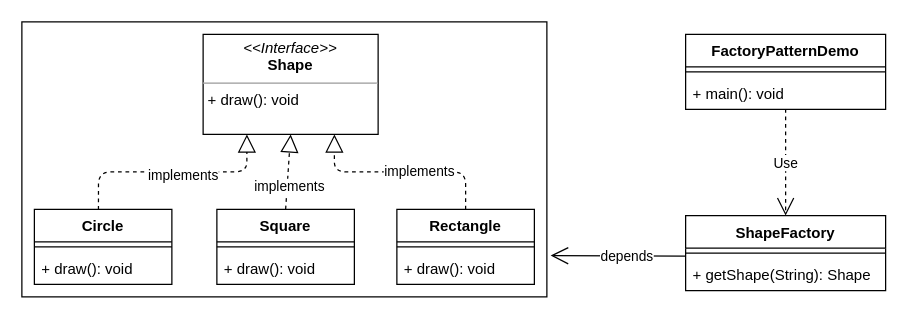
Earlier version of the draw.io diagram 类图/创建型模式/工厂模式.drawio (motein/DesignPattern). Source tidied: cells renumbered, new cells numbered last; positions are measured from the earlier drawing's top-left corner, leaving out a move shared by most shapes. Both pictures are drawn from the tidied source at 125%, with x=0, y=0 at pixel (21, 21).
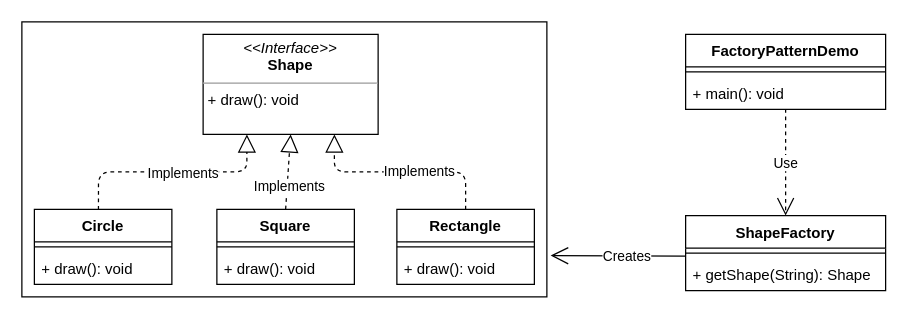
Above is the later version.

The change refers to these unchanged cells:
```xml
<mxCell id="4" style="endArrow=block;dashed=1;endFill=0;endSize=12;html=1;entryX=0.25;entryY=1;entryDx=0;entryDy=0;exitX=0.466;exitY=0.005;exitDx=0;exitDy=0;edgeStyle=orthogonalEdgeStyle;exitPerimeter=0;" parent="1" edge="1" source="10" target="3">
  <mxGeometry relative="1" as="geometry" />
</mxCell>
<mxCell id="6" style="endArrow=block;dashed=1;endFill=0;endSize=12;html=1;entryX=0.5;entryY=1;entryDx=0;entryDy=0;exitX=0.5;exitY=0;exitDx=0;exitDy=0;" parent="1" edge="1" source="13" target="3">
  <mxGeometry relative="1" as="geometry" />
</mxCell>
<mxCell id="8" style="endArrow=block;dashed=1;endFill=0;endSize=12;html=1;entryX=0.75;entryY=1;entryDx=0;entryDy=0;exitX=0.5;exitY=0;exitDx=0;exitDy=0;edgeStyle=orthogonalEdgeStyle;" parent="1" edge="1" source="16" target="3">
  <mxGeometry relative="1" as="geometry" />
</mxCell>
<mxCell id="26" style="endArrow=open;endFill=1;endSize=12;html=1;exitX=0;exitY=0.804;exitDx=0;exitDy=0;exitPerimeter=0;" parent="1" edge="1" source="20">
  <mxGeometry relative="1" as="geometry">
    <mxPoint x="423" y="187" as="targetPoint" />
  </mxGeometry>
</mxCell>
```

The edit, as a diff of the source:
```diff
@@
-    <mxCell id="5" value="implements" style="edgeLabel;html=1;align=center;verticalAlign=middle;" parent="4" vertex="1">
-      <mxGeometry x="0.09" y="-2" relative="1" as="geometry" />
+    <mxCell id="5" value="Implements" style="edgeLabel;html=1;align=center;verticalAlign=middle;" parent="4" vertex="1">
+      <mxGeometry x="0.09" y="-2" relative="1" as="geometry">
+        <mxPoint y="-2" as="offset" />
+      </mxGeometry>
     </mxCell>
@@
-    <mxCell id="7" value="implements" style="edgeLabel;html=1;align=center;verticalAlign=middle;" parent="6" vertex="1">
+    <mxCell id="7" value="Implements" style="edgeLabel;html=1;align=center;verticalAlign=middle;" parent="6" vertex="1">
       <mxGeometry x="-0.36" y="-1" relative="1" as="geometry" />
     </mxCell>
@@
-    <mxCell id="9" value="implements" style="edgeLabel;html=1;align=center;verticalAlign=middle;" parent="8" vertex="1">
+    <mxCell id="9" value="Implements" style="edgeLabel;html=1;align=center;verticalAlign=middle;" parent="8" vertex="1">
       <mxGeometry x="-0.17" y="-1" relative="1" as="geometry" />
     </mxCell>
@@
-    <mxCell id="27" value="depends" style="edgeLabel;html=1;align=center;verticalAlign=middle;" parent="26" vertex="1">
+    <mxCell id="27" value="Creates" style="edgeLabel;html=1;align=center;verticalAlign=middle;" parent="26" vertex="1">
       <mxGeometry x="-0.11" relative="1" as="geometry" />
     </mxCell>
```
